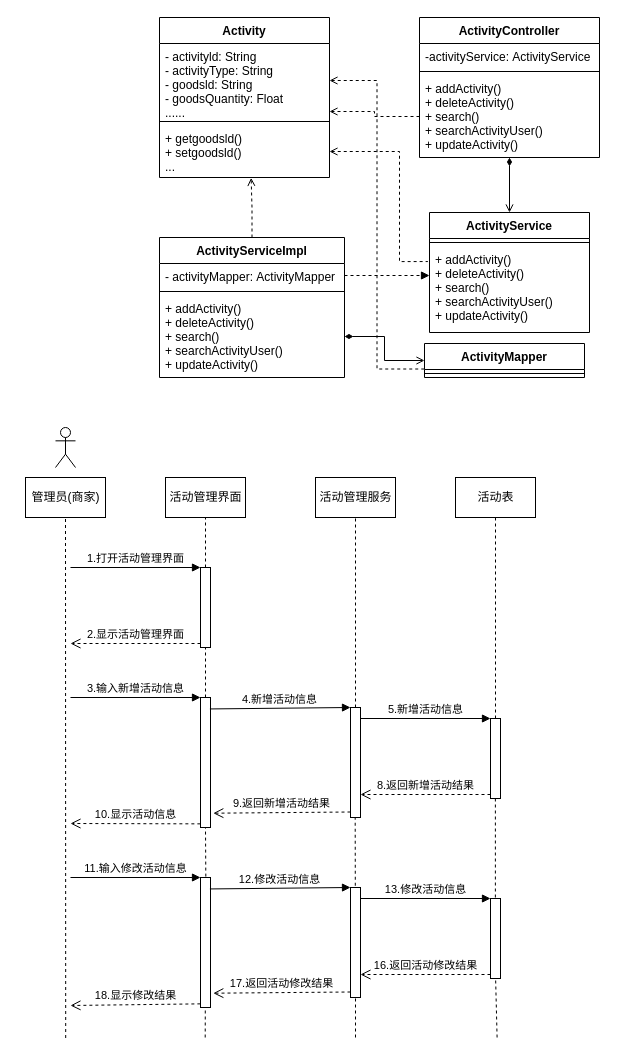
hongkingking/hkk keeps this draw.io diagram as page "活动管理" (16 of 27) of Untitled Diagram.drawio. Above is the earlier version. Source tidied: cells renumbered, new cells numbered last; positions are measured from the earlier drawing's top-left corner, leaving out a move shared by most shapes. Both pictures are drawn from the tidied source at 100%, with x=0, y=0 at pixel (25, 17).
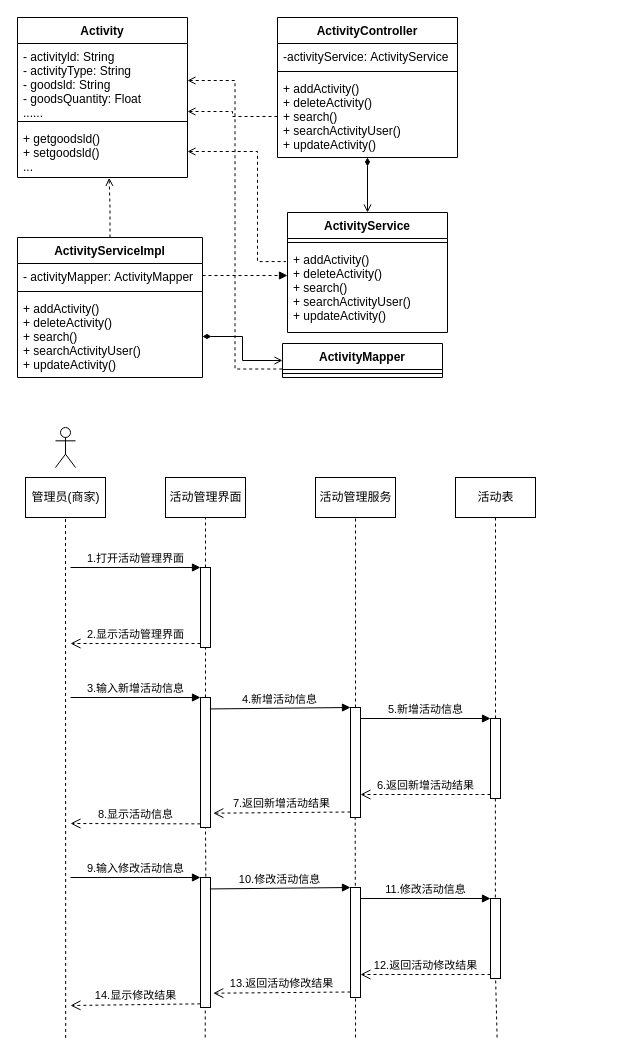
After the change.

The change refers to these unchanged cells:
```xml
<mxCell id="9" value="+ getgoodsld()&#10;+ setgoodsld()&#10;..." style="text;strokeColor=none;fillColor=none;align=left;verticalAlign=top;spacingLeft=4;spacingRight=4;overflow=hidden;points=[[0,0.5],[1,0.5]];portConstraint=eastwest;" parent="6" vertex="1">
  <mxGeometry y="108" width="170" height="52" as="geometry" />
</mxCell>
<mxCell id="13" value="+ addActivity()&#10;+ deleteActivity()&#10;+ search()&#10;+ searchActivityUser()&#10;+ updateActivity()" style="text;strokeColor=none;fillColor=none;align=left;verticalAlign=top;spacingLeft=4;spacingRight=4;overflow=hidden;points=[[0,0.5],[1,0.5]];portConstraint=eastwest;" parent="11" vertex="1">
  <mxGeometry y="34" width="160" height="86" as="geometry" />
</mxCell>
<mxCell id="18" value="- activityMapper: ActivityMapper&#10;" style="text;strokeColor=none;fillColor=none;align=left;verticalAlign=top;spacingLeft=4;spacingRight=4;overflow=hidden;points=[[0,0.5],[1,0.5]];portConstraint=eastwest;" parent="17" vertex="1">
  <mxGeometry y="26" width="185" height="24" as="geometry" />
</mxCell>
<mxCell id="34" style="html=1;points=[];perimeter=orthogonalPerimeter;strokeWidth=1;" parent="1" vertex="1">
  <mxGeometry x="175" y="680" width="10" height="130" as="geometry" />
</mxCell>
<mxCell id="37" style="html=1;points=[];perimeter=orthogonalPerimeter;strokeWidth=1;" parent="1" vertex="1">
  <mxGeometry x="325" y="690" width="10" height="110" as="geometry" />
</mxCell>
<mxCell id="40" style="html=1;points=[];perimeter=orthogonalPerimeter;strokeWidth=1;" parent="1" vertex="1">
  <mxGeometry x="465" y="701" width="10" height="80" as="geometry" />
</mxCell>
<mxCell id="43" style="html=1;points=[];perimeter=orthogonalPerimeter;strokeWidth=1;" parent="1" vertex="1">
  <mxGeometry x="175" y="860" width="10" height="130" as="geometry" />
</mxCell>
<mxCell id="46" style="html=1;points=[];perimeter=orthogonalPerimeter;strokeWidth=1;" parent="1" vertex="1">
  <mxGeometry x="325" y="870" width="10" height="110" as="geometry" />
</mxCell>
<mxCell id="49" style="html=1;points=[];perimeter=orthogonalPerimeter;strokeWidth=1;" parent="1" vertex="1">
  <mxGeometry x="465" y="881" width="10" height="80" as="geometry" />
</mxCell>
```

Diff of the diagram source:
```diff
@@
     <mxCell id="2" value="ActivityController" style="swimlane;fontStyle=1;align=center;verticalAlign=top;horizontal=1;startSize=26;" parent="1" vertex="1">
-      <mxGeometry x="394" width="180" height="140" as="geometry" />
+      <mxGeometry x="252" width="180" height="140" as="geometry" />
     </mxCell>
@@
     <mxCell id="6" value="Activity" style="swimlane;fontStyle=1;align=center;verticalAlign=top;horizontal=1;startSize=26;" parent="1" vertex="1">
-      <mxGeometry x="134" width="170" height="160" as="geometry" />
+      <mxGeometry x="-8" width="170" height="160" as="geometry" />
     </mxCell>
@@
     <mxCell id="11" value="ActivityService" style="swimlane;fontStyle=1;align=center;verticalAlign=top;horizontal=1;startSize=26;" parent="1" vertex="1">
-      <mxGeometry x="404" y="195" width="160" height="120" as="geometry" />
+      <mxGeometry x="262" y="195" width="160" height="120" as="geometry" />
     </mxCell>
@@
     <mxCell id="14" value="&lt;div&gt;&lt;br&gt;&lt;/div&gt;&lt;div&gt;&lt;br&gt;&lt;/div&gt;" style="text;html=1;align=center;verticalAlign=middle;strokeColor=none;fillColor=none;" parent="1" vertex="1">
-      <mxGeometry x="224" y="285" width="20" height="30" as="geometry" />
+      <mxGeometry x="82" y="285" width="20" height="30" as="geometry" />
     </mxCell>
     <mxCell id="15" value="&lt;div&gt;&lt;br&gt;&lt;/div&gt;&lt;div&gt;&lt;br&gt;&lt;/div&gt;&lt;div&gt;&lt;br&gt;&lt;/div&gt;" style="text;html=1;align=center;verticalAlign=middle;strokeColor=none;fillColor=none;" parent="1" vertex="1">
-      <mxGeometry x="284" y="185" width="20" height="50" as="geometry" />
+      <mxGeometry x="142" y="185" width="20" height="50" as="geometry" />
     </mxCell>
@@
     <mxCell id="17" value="ActivityServiceImpl" style="swimlane;fontStyle=1;align=center;verticalAlign=top;horizontal=1;startSize=26;" parent="1" vertex="1">
-      <mxGeometry x="134" y="220" width="185" height="140" as="geometry" />
+      <mxGeometry x="-8" y="220" width="185" height="140" as="geometry" />
     </mxCell>
@@
     <mxCell id="21" value="ActivityMapper" style="swimlane;fontStyle=1;align=center;verticalAlign=top;horizontal=1;startSize=26;" parent="1" vertex="1">
-      <mxGeometry x="399" y="326" width="160" height="34" as="geometry" />
+      <mxGeometry x="257" y="326" width="160" height="34" as="geometry" />
     </mxCell>
@@
     <mxCell id="25" style="edgeStyle=orthogonalEdgeStyle;rounded=0;jettySize=auto;html=1;exitX=1;exitY=0.5;exitDx=0;exitDy=0;dashed=1;startArrow=none;startFill=0;endArrow=block;endFill=1;" parent="1" edge="1" source="18">
       <mxGeometry relative="1" as="geometry">
-        <mxPoint x="404" y="258" as="targetPoint" />
+        <mxPoint x="262" y="258" as="targetPoint" />
       </mxGeometry>
     </mxCell>
@@
     <mxCell id="27" style="edgeStyle=orthogonalEdgeStyle;rounded=0;jettySize=auto;html=1;exitX=1;exitY=0.5;exitDx=0;exitDy=0;entryX=-0.01;entryY=0.175;entryDx=0;entryDy=0;entryPerimeter=0;startArrow=open;startFill=0;endArrow=none;endFill=0;dashed=1;" parent="1" edge="1" source="9" target="13">
       <mxGeometry relative="1" as="geometry">
         <Array as="points">
-          <mxPoint x="374" y="134" />
-          <mxPoint x="374" y="244" />
+          <mxPoint x="232" y="134" />
+          <mxPoint x="232" y="244" />
         </Array>
       </mxGeometry>
     </mxCell>
@@
-    <mxCell id="36" value="10.显示活动信息" style="html=1;verticalAlign=bottom;endArrow=open;dashed=1;endSize=8;exitX=-0.013;exitY=0.972;rounded=0;exitDx=0;exitDy=0;exitPerimeter=0;" parent="1" edge="1" source="34">
+    <mxCell id="36" value="8.显示活动信息" style="html=1;verticalAlign=bottom;endArrow=open;dashed=1;endSize=8;exitX=-0.013;exitY=0.972;rounded=0;exitDx=0;exitDy=0;exitPerimeter=0;" parent="1" edge="1" source="34">
       <mxGeometry relative="1" as="geometry">
         <mxPoint x="45" y="806" as="targetPoint" />
       </mxGeometry>
     </mxCell>
@@
-    <mxCell id="39" value="9.返回新增活动结果" style="html=1;verticalAlign=bottom;endArrow=open;dashed=1;endSize=8;exitX=0;exitY=0.95;rounded=0;entryX=1.28;entryY=0.89;entryDx=0;entryDy=0;entryPerimeter=0;" parent="1" edge="1" source="37" target="34">
+    <mxCell id="39" value="7.返回新增活动结果" style="html=1;verticalAlign=bottom;endArrow=open;dashed=1;endSize=8;exitX=0;exitY=0.95;rounded=0;entryX=1.28;entryY=0.89;entryDx=0;entryDy=0;entryPerimeter=0;" parent="1" edge="1" source="37" target="34">
       <mxGeometry relative="1" as="geometry" />
     </mxCell>
@@
-    <mxCell id="42" value="8.返回新增活动结果" style="html=1;verticalAlign=bottom;endArrow=open;dashed=1;endSize=8;exitX=0;exitY=0.95;rounded=0;" parent="1" edge="1" source="40">
+    <mxCell id="42" value="6.返回新增活动结果" style="html=1;verticalAlign=bottom;endArrow=open;dashed=1;endSize=8;exitX=0;exitY=0.95;rounded=0;" parent="1" edge="1" source="40">
       <mxGeometry relative="1" as="geometry">
         <mxPoint x="335" y="777" as="targetPoint" />
       </mxGeometry>
     </mxCell>
@@
-    <mxCell id="44" value="11.输入修改活动信息" style="html=1;verticalAlign=bottom;endArrow=block;entryX=0;entryY=0;rounded=0;" parent="1" edge="1" target="43">
+    <mxCell id="44" value="9.输入修改活动信息" style="html=1;verticalAlign=bottom;endArrow=block;entryX=0;entryY=0;rounded=0;" parent="1" edge="1" target="43">
       <mxGeometry relative="1" as="geometry">
         <mxPoint x="45" y="860" as="sourcePoint" />
       </mxGeometry>
     </mxCell>
-    <mxCell id="45" value="18.显示修改结果" style="html=1;verticalAlign=bottom;endArrow=open;dashed=1;endSize=8;exitX=-0.013;exitY=0.972;rounded=0;exitDx=0;exitDy=0;exitPerimeter=0;" parent="1" edge="1" source="43">
+    <mxCell id="45" value="14.显示修改结果" style="html=1;verticalAlign=bottom;endArrow=open;dashed=1;endSize=8;exitX=-0.013;exitY=0.972;rounded=0;exitDx=0;exitDy=0;exitPerimeter=0;" parent="1" edge="1" source="43">
       <mxGeometry relative="1" as="geometry">
         <mxPoint x="45" y="988" as="targetPoint" />
       </mxGeometry>
     </mxCell>
@@
-    <mxCell id="47" value="12.修改活动信息" style="html=1;verticalAlign=bottom;endArrow=block;entryX=0;entryY=0;rounded=0;exitX=0.94;exitY=0.088;exitDx=0;exitDy=0;exitPerimeter=0;" parent="1" edge="1" source="43" target="46">
+    <mxCell id="47" value="10.修改活动信息" style="html=1;verticalAlign=bottom;endArrow=block;entryX=0;entryY=0;rounded=0;exitX=0.94;exitY=0.088;exitDx=0;exitDy=0;exitPerimeter=0;" parent="1" edge="1" source="43" target="46">
       <mxGeometry relative="1" as="geometry" />
     </mxCell>
-    <mxCell id="48" value="17.返回活动修改结果" style="html=1;verticalAlign=bottom;endArrow=open;dashed=1;endSize=8;exitX=0;exitY=0.95;rounded=0;entryX=1.28;entryY=0.89;entryDx=0;entryDy=0;entryPerimeter=0;" parent="1" edge="1" source="46" target="43">
+    <mxCell id="48" value="13.返回活动修改结果" style="html=1;verticalAlign=bottom;endArrow=open;dashed=1;endSize=8;exitX=0;exitY=0.95;rounded=0;entryX=1.28;entryY=0.89;entryDx=0;entryDy=0;entryPerimeter=0;" parent="1" edge="1" source="46" target="43">
       <mxGeometry relative="1" as="geometry" />
     </mxCell>
@@
-    <mxCell id="50" value="13.修改活动信息" style="html=1;verticalAlign=bottom;endArrow=block;entryX=0;entryY=0;rounded=0;" parent="1" edge="1" target="49">
+    <mxCell id="50" value="11.修改活动信息" style="html=1;verticalAlign=bottom;endArrow=block;entryX=0;entryY=0;rounded=0;" parent="1" edge="1" target="49">
       <mxGeometry relative="1" as="geometry">
         <mxPoint x="335" y="881" as="sourcePoint" />
       </mxGeometry>
     </mxCell>
-    <mxCell id="51" value="16.返回活动修改结果" style="html=1;verticalAlign=bottom;endArrow=open;dashed=1;endSize=8;exitX=0;exitY=0.95;rounded=0;" parent="1" edge="1" source="49">
+    <mxCell id="51" value="12.返回活动修改结果" style="html=1;verticalAlign=bottom;endArrow=open;dashed=1;endSize=8;exitX=0;exitY=0.95;rounded=0;" parent="1" edge="1" source="49">
       <mxGeometry relative="1" as="geometry">
         <mxPoint x="335" y="957" as="targetPoint" />
       </mxGeometry>
     </mxCell>
```
